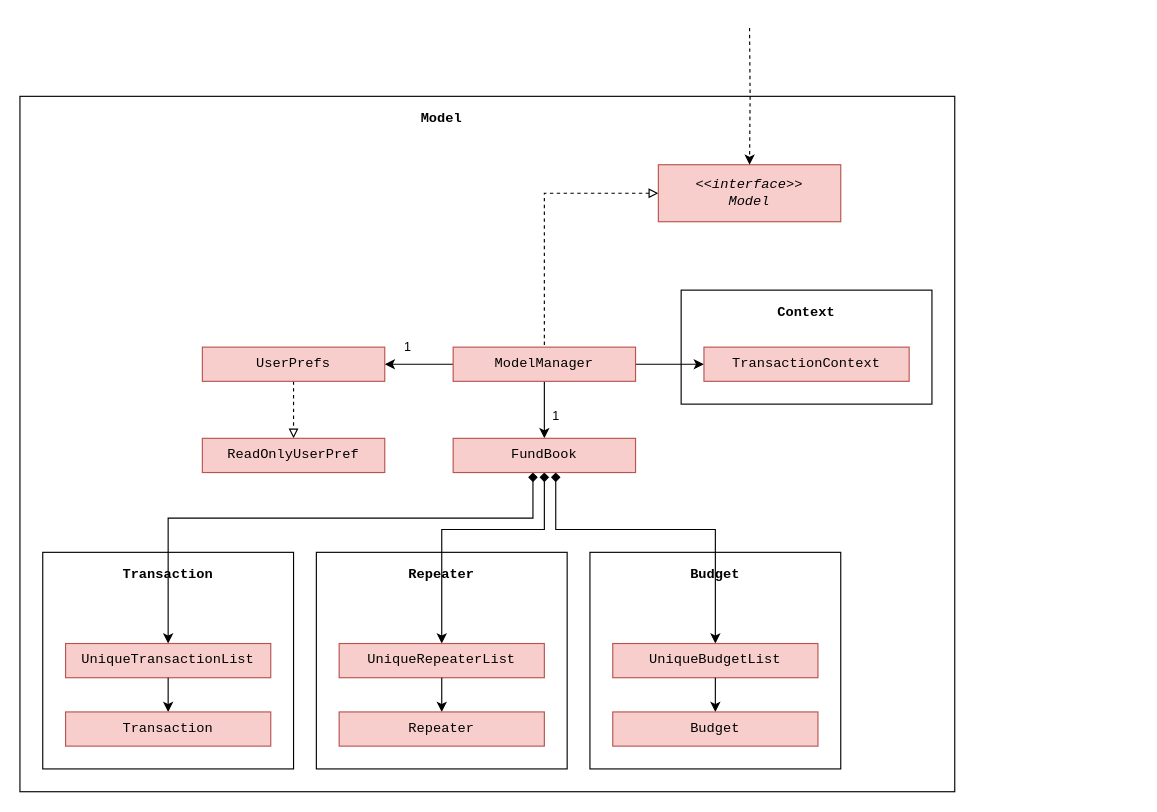
Earlier version of the draw.io diagram docs/diagrams/ModelClassDiagram.drawio (nus-cs2103-AY1920S1/addressbook-level3). Source tidied: cells renumbered, new cells numbered last; positions are measured from the earlier drawing's top-left corner, leaving out a move shared by most shapes. Both pictures are drawn from the tidied source at 114%, with x=0, y=0 at pixel (19, 27).
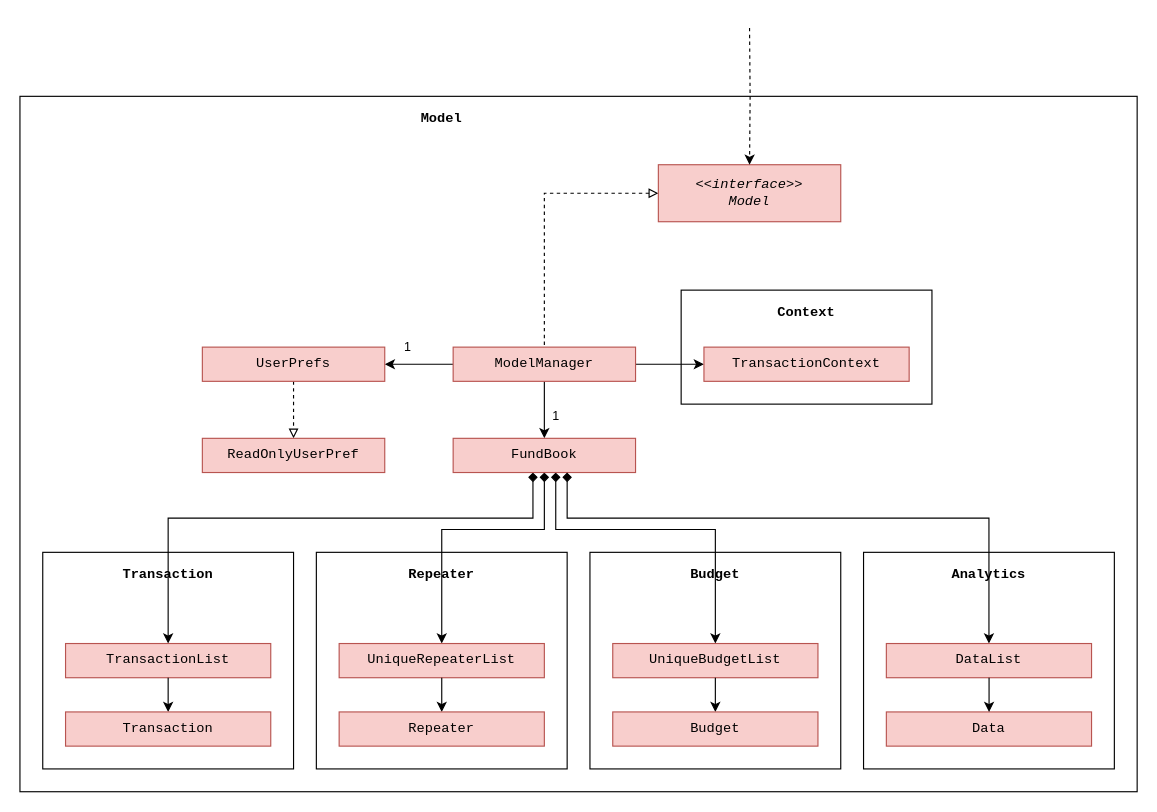
The same page after the edit.

Diff of the diagram source:
```diff
@@
     <mxCell id="2" style="rounded=0;whiteSpace=wrap;html=1;fontFamily=Courier New;fillColor=none;" parent="1" vertex="1">
-      <mxGeometry y="60" width="820" height="610" as="geometry" />
+      <mxGeometry y="60" width="980" height="610" as="geometry" />
     </mxCell>
@@
-    <mxCell id="30" value="UniqueTransactionList" style="rounded=0;whiteSpace=wrap;html=1;fillColor=#f8cecc;strokeColor=#b85450;fontFamily=Courier New;" parent="1" vertex="1">
+    <mxCell id="30" value="TransactionList" style="rounded=0;whiteSpace=wrap;html=1;fillColor=#f8cecc;strokeColor=#b85450;fontFamily=Courier New;" parent="1" vertex="1">
       <mxGeometry x="40" y="540" width="180" height="30" as="geometry" />
     </mxCell>
@@
+    <mxCell id="36" style="edgeStyle=orthogonalEdgeStyle;rounded=0;jettySize=auto;html=1;startArrow=diamond;startFill=1;endArrow=classic;endFill=1;entryX=0.5;entryY=0;entryDx=0;entryDy=0;" parent="1" edge="1" target="39">
+      <mxGeometry relative="1" as="geometry">
+        <mxPoint x="480" y="390" as="sourcePoint" />
+        <Array as="points">
+          <mxPoint x="480" y="430" />
+          <mxPoint x="850" y="430" />
+        </Array>
+      </mxGeometry>
+    </mxCell>
+    <mxCell id="37" style="rounded=0;whiteSpace=wrap;html=1;fontFamily=Courier New;fillColor=none;" parent="1" vertex="1">
+      <mxGeometry x="740" y="460" width="220" height="190" as="geometry" />
+    </mxCell>
+    <mxCell id="38" value="Analytics" style="text;html=1;strokeColor=none;fillColor=none;align=center;verticalAlign=middle;whiteSpace=wrap;rounded=0;fontStyle=1;fontFamily=Courier New;" parent="1" vertex="1">
+      <mxGeometry x="805" y="470" width="90" height="20" as="geometry" />
+    </mxCell>
+    <mxCell id="39" value="DataList" style="rounded=0;whiteSpace=wrap;html=1;fillColor=#f8cecc;strokeColor=#b85450;fontFamily=Courier New;" parent="1" vertex="1">
+      <mxGeometry x="760" y="540" width="180" height="30" as="geometry" />
+    </mxCell>
+    <mxCell id="40" value="Data" style="rounded=0;whiteSpace=wrap;html=1;fillColor=#f8cecc;strokeColor=#b85450;fontFamily=Courier New;" parent="1" vertex="1">
+      <mxGeometry x="760" y="600" width="180" height="30" as="geometry" />
+    </mxCell>
+    <mxCell id="41" style="edgeStyle=orthogonalEdgeStyle;rounded=0;orthogonalLoop=1;jettySize=auto;html=1;startArrow=classic;startFill=1;endArrow=none;endFill=0;strokeWidth=1;fontFamily=Courier New;" parent="1" edge="1">
+      <mxGeometry relative="1" as="geometry">
+        <mxPoint x="850.1" y="600" as="sourcePoint" />
+        <mxPoint x="850.1" y="570" as="targetPoint" />
+      </mxGeometry>
+    </mxCell>
```
